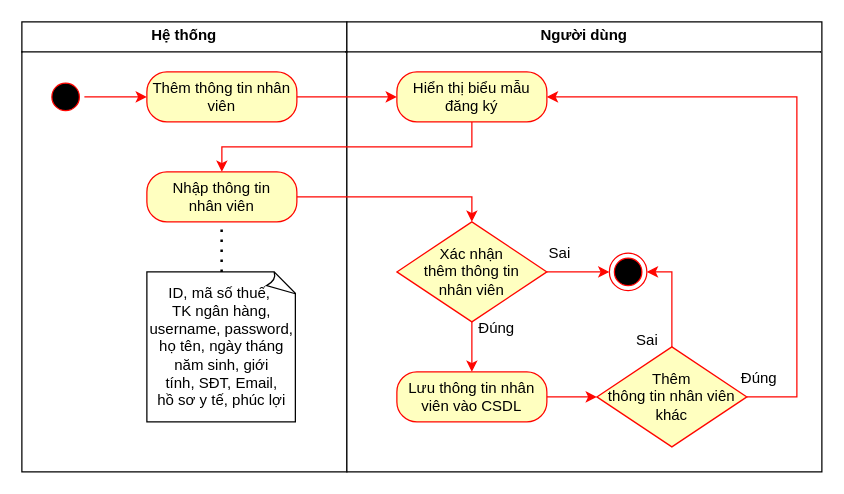
Before: Sơ đồ hoạt động UC thêm thông tin nhân viên.drawio in HaojackYT/DAA_SA, a draw.io diagram. Source tidied: cells renumbered, new cells numbered last; positions are measured from the earlier drawing's top-left corner, leaving out a move shared by most shapes. Both pictures are drawn from the tidied source at 125%, with x=0, y=0 at pixel (21, 21).
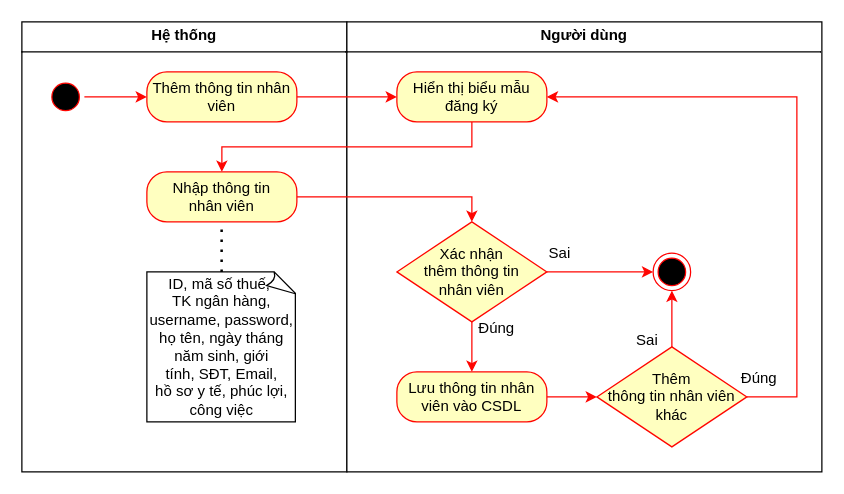
The same diagram, later.

Unchanged cells that the change refers to:
```xml
<mxCell id="21" value="Thêm&lt;br&gt;thông tin&amp;nbsp;&lt;span style=&quot;background-color: transparent; color: light-dark(rgb(0, 0, 0), rgb(237, 237, 237));&quot;&gt;nhân viên&lt;/span&gt;&lt;div&gt;khác&lt;/div&gt;" style="rhombus;whiteSpace=wrap;html=1;fontColor=#000000;fillColor=#ffffc0;strokeColor=#FF0500;" parent="1" vertex="1">
  <mxGeometry x="460" y="260" width="120" height="80" as="geometry" />
</mxCell>
```

What changed in the source:
```diff
@@
-    <mxCell id="12" value="ID, mã số thuế,&amp;nbsp;&lt;br&gt;TK ngân hàng,&lt;div&gt;username, password, họ tên,&amp;nbsp;&lt;span style=&quot;background-color: transparent; color: light-dark(rgb(0, 0, 0), rgb(255, 255, 255));&quot;&gt;ngày tháng&lt;/span&gt;&lt;/div&gt;&lt;div&gt;&lt;span style=&quot;background-color: transparent; color: light-dark(rgb(0, 0, 0), rgb(255, 255, 255));&quot;&gt;năm sinh,&amp;nbsp;&lt;/span&gt;&lt;span style=&quot;background-color: transparent; color: light-dark(rgb(0, 0, 0), rgb(255, 255, 255));&quot;&gt;giới tính,&amp;nbsp;&lt;/span&gt;&lt;span style=&quot;background-color: transparent; color: light-dark(rgb(0, 0, 0), rgb(255, 255, 255));&quot;&gt;SĐT, Email,&lt;/span&gt;&lt;/div&gt;&lt;div&gt;&lt;div&gt;&lt;div&gt;hồ sơ y tế, phúc lợi&lt;/div&gt;&lt;/div&gt;&lt;/div&gt;" style="whiteSpace=wrap;html=1;shape=mxgraph.basic.document;align=center;strokeColor=#000000;" parent="1" vertex="1">
+    <mxCell id="12" value="ID, mã số thuế,&amp;nbsp;&lt;br&gt;TK ngân hàng,&lt;div&gt;username, password, họ tên,&amp;nbsp;&lt;span style=&quot;background-color: transparent; color: light-dark(rgb(0, 0, 0), rgb(255, 255, 255));&quot;&gt;ngày tháng&lt;/span&gt;&lt;/div&gt;&lt;div&gt;&lt;span style=&quot;background-color: transparent; color: light-dark(rgb(0, 0, 0), rgb(255, 255, 255));&quot;&gt;năm sinh,&amp;nbsp;&lt;/span&gt;&lt;span style=&quot;background-color: transparent; color: light-dark(rgb(0, 0, 0), rgb(255, 255, 255));&quot;&gt;giới tính,&amp;nbsp;&lt;/span&gt;&lt;span style=&quot;background-color: transparent; color: light-dark(rgb(0, 0, 0), rgb(255, 255, 255));&quot;&gt;SĐT, Email,&lt;/span&gt;&lt;/div&gt;&lt;div&gt;hồ sơ y tế, phúc lợi,&lt;br&gt;công việc&lt;/div&gt;" style="whiteSpace=wrap;html=1;shape=mxgraph.basic.document;align=center;strokeColor=#000000;" parent="1" vertex="1">
       <mxGeometry x="100" y="200" width="120" height="120" as="geometry" />
     </mxCell>
@@
-    <mxCell id="20" style="edgeStyle=orthogonalEdgeStyle;rounded=0;jettySize=auto;html=1;entryX=1;entryY=0.5;entryDx=0;entryDy=0;strokeColor=#FF0500;" parent="1" edge="1" source="21" target="22">
+    <mxCell id="20" style="edgeStyle=orthogonalEdgeStyle;rounded=0;jettySize=auto;html=1;strokeColor=light-dark(#FF0000,#FFFFFF);" parent="1" edge="1" source="21" target="22">
       <mxGeometry relative="1" as="geometry" />
     </mxCell>
@@
     <mxCell id="22" style="ellipse;html=1;shape=endState;fillColor=#000000;strokeColor=#ff0000;" parent="1" vertex="1">
-      <mxGeometry x="470" y="185" width="30" height="30" as="geometry" />
+      <mxGeometry x="505" y="185" width="30" height="30" as="geometry" />
     </mxCell>
```
